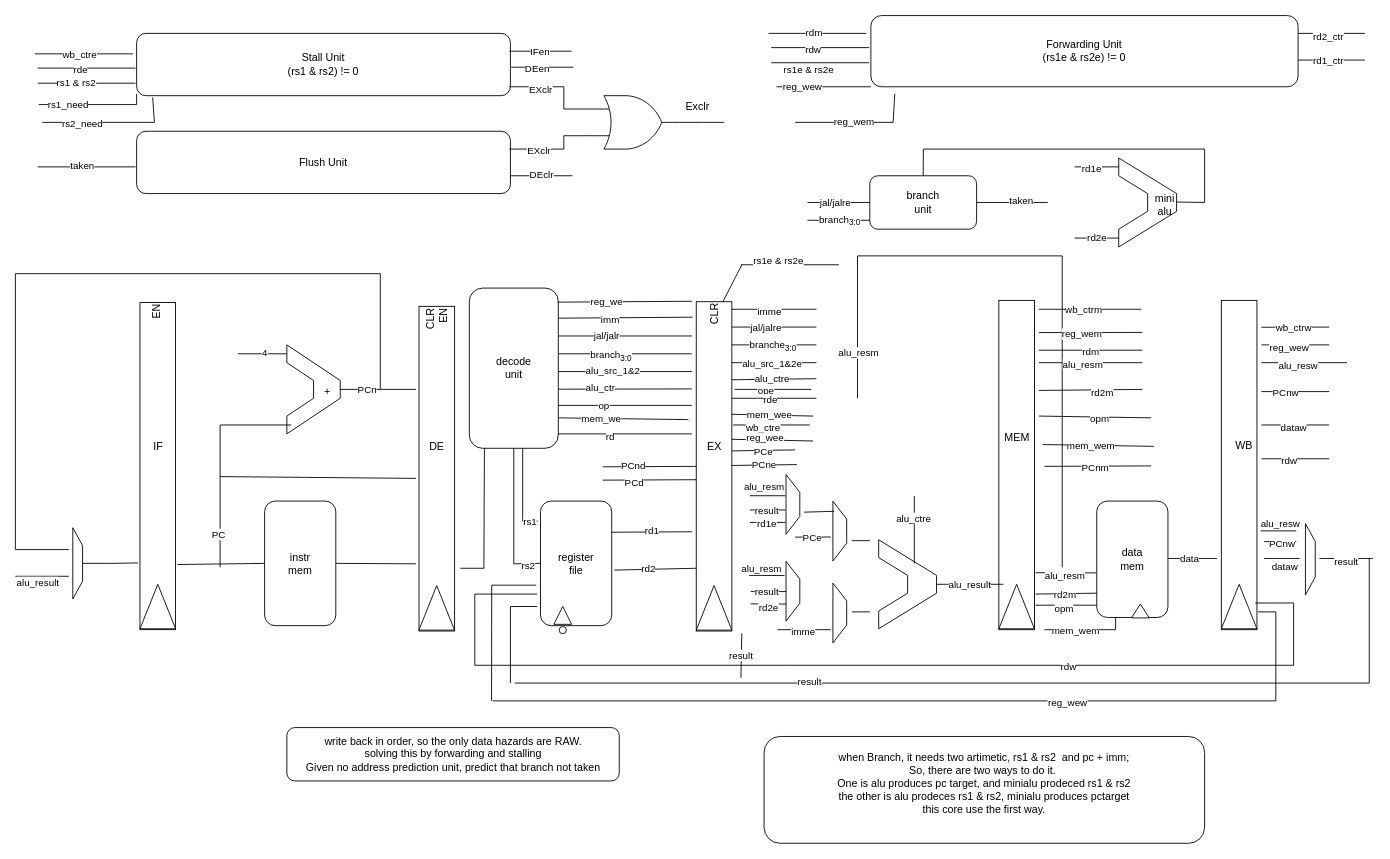
The draw.io diagram Schematic.drawio in kanosukii/rvcore_5stages, before the edit. Source tidied: cells renumbered, new cells numbered last; positions are measured from the earlier drawing's top-left corner, leaving out a move shared by most shapes. Both pictures are drawn from the tidied source at 89%, with x=0, y=0 at pixel (-6, 15).
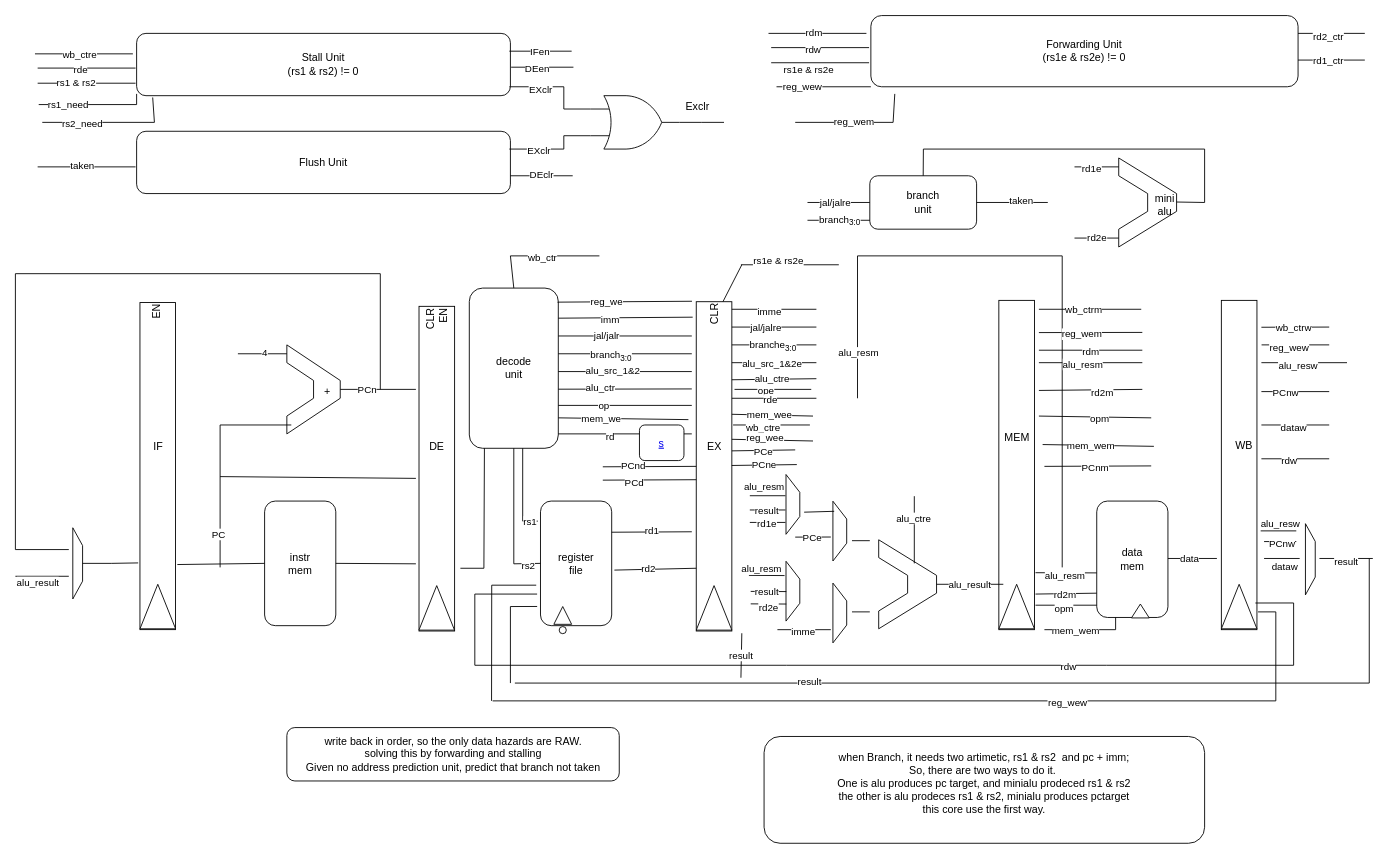
After the change.

Change to the diagram source:
```diff
@@
+    <mxCell id="257" style="endArrow=none;html=1;rounded=0;" parent="1" edge="1">
+      <mxGeometry relative="1" as="geometry">
+        <mxPoint x="583.8" y="306.2" as="sourcePoint" />
+        <mxPoint x="680" y="270" as="targetPoint" />
+        <Array as="points">
+          <mxPoint x="580" y="270" />
+        </Array>
+      </mxGeometry>
+    </mxCell>
+    <mxCell id="258" value="wb_ctr" style="edgeLabel;html=1;align=center;verticalAlign=middle;" parent="257" vertex="1">
+      <mxGeometry x="0.06" y="-1" relative="1" as="geometry" />
+    </mxCell>
+    <mxCell id="259" value="s" style="fontColor=#0000EE;fontStyle=4;rounded=1;overflow=hidden;spacing=10;" parent="1" vertex="1">
+      <mxGeometry x="725" y="460" width="50" height="40" as="geometry" />
+    </mxCell>
```
